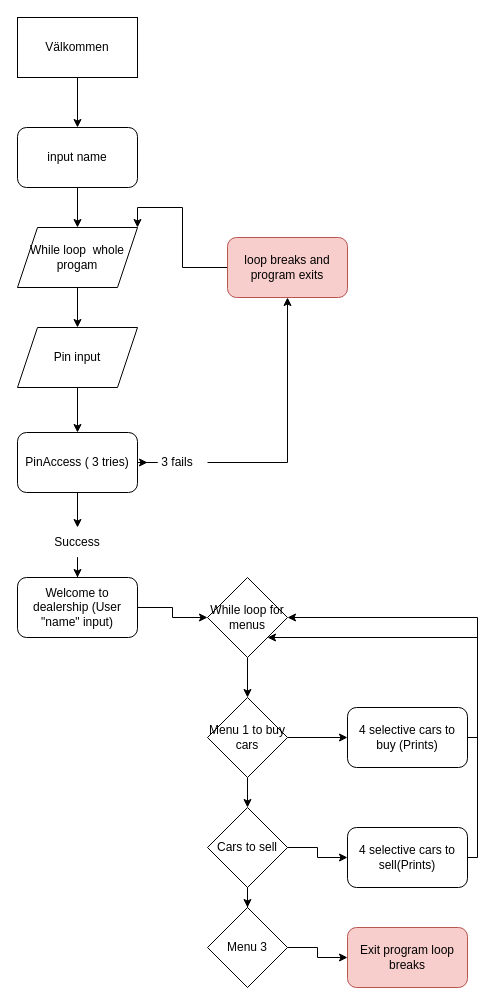
Above: Python/Uppgift2/Flow chart python och c#.drawio in FreddeITsupport98/Programmering-1 (draw.io), before the change. Source tidied: cells renumbered, new cells numbered last; positions are measured from the earlier drawing's top-left corner, leaving out a move shared by most shapes. Both pictures are drawn from the tidied source at 100%, with x=0, y=0 at pixel (17, 17).
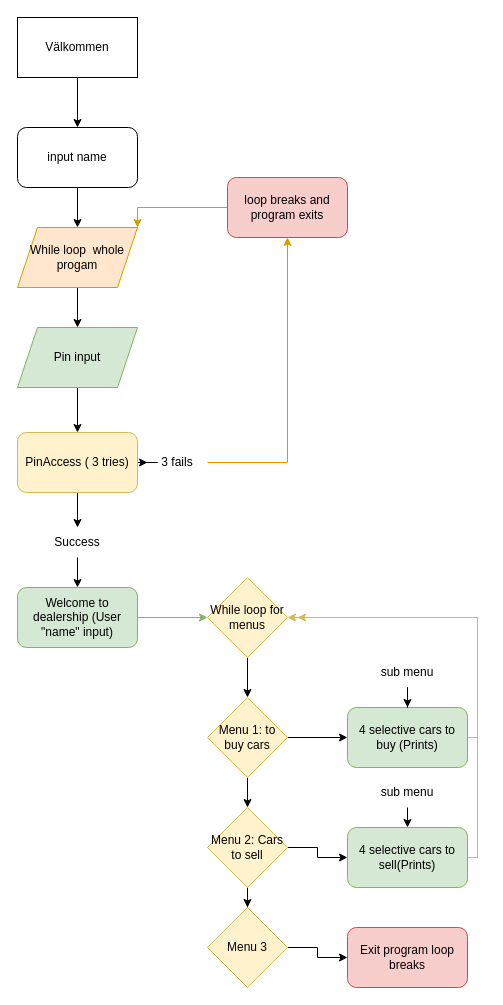
The same diagram, later.

Unchanged cells that the change refers to:
```xml
<mxCell id="16" value="3 fails" style="text;html=1;strokeColor=none;fillColor=none;align=center;verticalAlign=middle;whiteSpace=wrap;rounded=0;" parent="1" vertex="1">
  <mxGeometry x="130" y="430" width="60" height="30" as="geometry" />
</mxCell>
```

The edit, as a diff of the source:
```diff
@@
-    <mxCell id="5" value="While loop&amp;nbsp; whole progam" style="shape=parallelogram;perimeter=parallelogramPerimeter;whiteSpace=wrap;html=1;fixedSize=1;" parent="1" vertex="1">
+    <mxCell id="5" value="While loop&amp;nbsp; whole progam" style="shape=parallelogram;perimeter=parallelogramPerimeter;whiteSpace=wrap;html=1;fixedSize=1;fillColor=#ffe6cc;strokeColor=#d79b00;" parent="1" vertex="1">
       <mxGeometry y="210" width="120" height="60" as="geometry" />
     </mxCell>
@@
-    <mxCell id="9" value="Pin input" style="shape=parallelogram;perimeter=parallelogramPerimeter;whiteSpace=wrap;html=1;fixedSize=1;" parent="1" vertex="1">
+    <mxCell id="9" value="Pin input" style="shape=parallelogram;perimeter=parallelogramPerimeter;whiteSpace=wrap;html=1;fixedSize=1;fillColor=#d5e8d4;strokeColor=#82b366;" parent="1" vertex="1">
       <mxGeometry y="310" width="120" height="60" as="geometry" />
     </mxCell>
@@
-    <mxCell id="12" value="PinAccess ( 3 tries)" style="rounded=1;whiteSpace=wrap;html=1;" parent="1" vertex="1">
+    <mxCell id="12" value="PinAccess ( 3 tries)" style="rounded=1;whiteSpace=wrap;html=1;fillColor=#fff2cc;strokeColor=#d6b656;" parent="1" vertex="1">
       <mxGeometry y="415" width="120" height="60" as="geometry" />
     </mxCell>
-    <mxCell id="13" style="edgeStyle=orthogonalEdgeStyle;rounded=0;jettySize=auto;html=1;entryX=1;entryY=0;entryDx=0;entryDy=0;" parent="1" edge="1" source="14" target="5">
+    <mxCell id="13" style="edgeStyle=orthogonalEdgeStyle;rounded=0;jettySize=auto;html=1;entryX=1;entryY=0;entryDx=0;entryDy=0;fillColor=#ffe6cc;strokeColor=#d79b00;" parent="1" edge="1" source="14" target="5">
       <mxGeometry relative="1" as="geometry" />
     </mxCell>
     <mxCell id="14" value="loop breaks and program exits" style="rounded=1;whiteSpace=wrap;html=1;fillColor=#f8cecc;strokeColor=#b85450;" parent="1" vertex="1">
-      <mxGeometry x="210" y="220" width="120" height="60" as="geometry" />
+      <mxGeometry x="210" y="160" width="120" height="60" as="geometry" />
     </mxCell>
-    <mxCell id="15" style="edgeStyle=orthogonalEdgeStyle;rounded=0;jettySize=auto;html=1;" parent="1" edge="1" source="16" target="14">
+    <mxCell id="15" style="edgeStyle=orthogonalEdgeStyle;rounded=0;jettySize=auto;html=1;fillColor=#ffe6cc;strokeColor=#d79b00;" parent="1" edge="1" source="16" target="14">
       <mxGeometry relative="1" as="geometry" />
     </mxCell>
@@
-    <mxCell id="19" style="edgeStyle=orthogonalEdgeStyle;rounded=0;jettySize=auto;html=1;exitX=1;exitY=0.5;exitDx=0;exitDy=0;" parent="1" edge="1" source="20" target="22">
+    <mxCell id="19" style="edgeStyle=orthogonalEdgeStyle;rounded=0;jettySize=auto;html=1;exitX=1;exitY=0.5;exitDx=0;exitDy=0;fillColor=#d5e8d4;strokeColor=#82b366;" parent="1" edge="1" source="20" target="22">
       <mxGeometry relative="1" as="geometry" />
     </mxCell>
-    <mxCell id="20" value="Welcome to dealership (User &quot;name&quot; input)" style="rounded=1;whiteSpace=wrap;html=1;" parent="1" vertex="1">
-      <mxGeometry y="560" width="120" height="60" as="geometry" />
+    <mxCell id="20" value="Welcome to dealership (User &quot;name&quot; input)" style="rounded=1;whiteSpace=wrap;html=1;fillColor=#d5e8d4;strokeColor=#82b366;" parent="1" vertex="1">
+      <mxGeometry y="570" width="120" height="60" as="geometry" />
     </mxCell>
@@
-    <mxCell id="22" value="While loop for menus" style="rhombus;whiteSpace=wrap;html=1;" parent="1" vertex="1">
+    <mxCell id="22" value="While loop for menus" style="rhombus;whiteSpace=wrap;html=1;fillColor=#fff2cc;strokeColor=#d6b656;" parent="1" vertex="1">
       <mxGeometry x="190" y="560" width="80" height="80" as="geometry" />
     </mxCell>
@@
-    <mxCell id="25" value="Menu 1 to buy cars" style="rhombus;whiteSpace=wrap;html=1;" parent="1" vertex="1">
+    <mxCell id="25" value="Menu 1: to buy cars" style="rhombus;whiteSpace=wrap;html=1;fillColor=#fff2cc;strokeColor=#d6b656;" parent="1" vertex="1">
       <mxGeometry x="190" y="680" width="80" height="80" as="geometry" />
     </mxCell>
-    <mxCell id="26" style="edgeStyle=orthogonalEdgeStyle;rounded=0;jettySize=auto;html=1;entryX=1;entryY=0.5;entryDx=0;entryDy=0;" parent="1" edge="1" source="27" target="22">
+    <mxCell id="26" style="edgeStyle=orthogonalEdgeStyle;rounded=0;jettySize=auto;html=1;entryX=1;entryY=0.5;entryDx=0;entryDy=0;fillColor=#fff2cc;strokeColor=#d6b656;" parent="1" edge="1" source="27" target="22">
       <mxGeometry relative="1" as="geometry">
         <Array as="points">
           <mxPoint x="460" y="720" />
           <mxPoint x="460" y="600" />
         </Array>
       </mxGeometry>
     </mxCell>
-    <mxCell id="27" value="4 selective cars to buy (Prints)" style="rounded=1;whiteSpace=wrap;html=1;" parent="1" vertex="1">
+    <mxCell id="27" value="4 selective cars to buy (Prints)" style="rounded=1;whiteSpace=wrap;html=1;fillColor=#d5e8d4;strokeColor=#82b366;" parent="1" vertex="1">
       <mxGeometry x="330" y="690" width="120" height="60" as="geometry" />
     </mxCell>
@@
-    <mxCell id="30" value="Cars to sell" style="rhombus;whiteSpace=wrap;html=1;" parent="1" vertex="1">
+    <mxCell id="30" value="Menu 2: Cars to sell" style="rhombus;whiteSpace=wrap;html=1;fillColor=#fff2cc;strokeColor=#d6b656;" parent="1" vertex="1">
       <mxGeometry x="190" y="790" width="80" height="80" as="geometry" />
     </mxCell>
-    <mxCell id="31" style="edgeStyle=orthogonalEdgeStyle;rounded=0;jettySize=auto;html=1;entryX=1;entryY=1;entryDx=0;entryDy=0;" parent="1" edge="1" source="32" target="22">
+    <mxCell id="31" style="edgeStyle=orthogonalEdgeStyle;rounded=0;jettySize=auto;html=1;fillColor=#fff2cc;strokeColor=#d6b656;" parent="1" edge="1" source="32">
       <mxGeometry relative="1" as="geometry">
+        <mxPoint x="280" y="600" as="targetPoint" />
         <Array as="points">
           <mxPoint x="460" y="840" />
-          <mxPoint x="460" y="620" />
+          <mxPoint x="460" y="600" />
         </Array>
       </mxGeometry>
     </mxCell>
-    <mxCell id="32" value="&lt;span style=&quot;&quot;&gt;4 selective cars to sell(Prints)&lt;/span&gt;" style="rounded=1;whiteSpace=wrap;html=1;" parent="1" vertex="1">
+    <mxCell id="32" value="&lt;span style=&quot;&quot;&gt;4 selective cars to sell(Prints)&lt;/span&gt;" style="rounded=1;whiteSpace=wrap;html=1;fillColor=#d5e8d4;strokeColor=#82b366;" parent="1" vertex="1">
       <mxGeometry x="330" y="810" width="120" height="60" as="geometry" />
     </mxCell>
@@
-    <mxCell id="34" value="Menu 3" style="rhombus;whiteSpace=wrap;html=1;" parent="1" vertex="1">
+    <mxCell id="34" value="Menu 3" style="rhombus;whiteSpace=wrap;html=1;fillColor=#fff2cc;strokeColor=#d6b656;" parent="1" vertex="1">
       <mxGeometry x="190" y="890" width="80" height="80" as="geometry" />
     </mxCell>
@@
+    <mxCell id="36" style="edgeStyle=orthogonalEdgeStyle;rounded=0;jettySize=auto;html=1;entryX=0.5;entryY=0;entryDx=0;entryDy=0;" parent="1" edge="1" source="37" target="27">
+      <mxGeometry relative="1" as="geometry" />
+    </mxCell>
+    <mxCell id="37" value="sub menu" style="text;html=1;strokeColor=none;fillColor=none;align=center;verticalAlign=middle;whiteSpace=wrap;rounded=0;" parent="1" vertex="1">
+      <mxGeometry x="360" y="640" width="60" height="30" as="geometry" />
+    </mxCell>
+    <mxCell id="38" style="edgeStyle=orthogonalEdgeStyle;rounded=0;jettySize=auto;html=1;exitX=0.5;exitY=1;exitDx=0;exitDy=0;entryX=0.5;entryY=0;entryDx=0;entryDy=0;" parent="1" edge="1" source="39" target="32">
+      <mxGeometry relative="1" as="geometry" />
+    </mxCell>
+    <mxCell id="39" value="sub menu" style="text;html=1;strokeColor=none;fillColor=none;align=center;verticalAlign=middle;whiteSpace=wrap;rounded=0;" parent="1" vertex="1">
+      <mxGeometry x="360" y="760" width="60" height="30" as="geometry" />
+    </mxCell>
```
